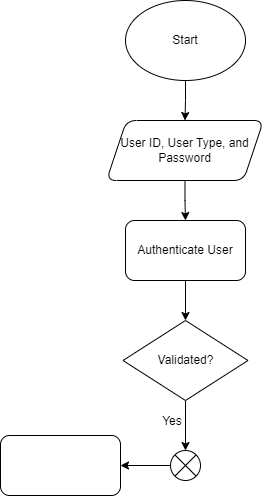
This is Heirarchy of Project Modules/LabSystem_Flowchart.drawio.png from kaisunoo/Acads, a draw.io export, as it was before one commit. Source tidied: cells renumbered, new cells last; positions are measured from the earlier drawing's top-left corner, leaving out a move shared by most shapes.
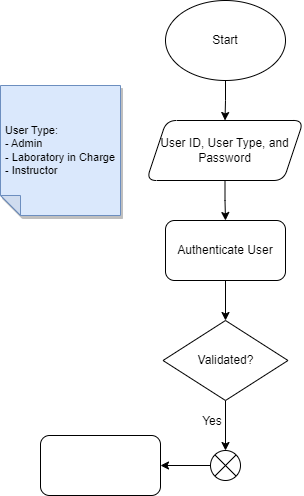
The same diagram one commit later.

Diff of the diagram source:
```diff
@@ -38,5 +38,8 @@
     <mxCell id="13" style="whiteSpace=wrap;html=1;rounded=1;" parent="1" vertex="1">
       <mxGeometry y="435" width="120" height="60" as="geometry" />
     </mxCell>
+    <mxCell id="14" value="&lt;div style=&quot;text-align: left; font-size: 11px;&quot;&gt;&lt;span style=&quot;background-color: initial;&quot;&gt;&lt;font style=&quot;font-size: 11px;&quot;&gt;User Type:&amp;nbsp;&lt;/font&gt;&lt;/span&gt;&lt;/div&gt;&lt;div style=&quot;text-align: left; font-size: 11px;&quot;&gt;&lt;span style=&quot;background-color: initial;&quot;&gt;&lt;font style=&quot;font-size: 11px;&quot;&gt;- Admin&lt;/font&gt;&lt;/span&gt;&lt;/div&gt;&lt;div style=&quot;text-align: left; font-size: 11px;&quot;&gt;&lt;span style=&quot;background-color: initial;&quot;&gt;&lt;font style=&quot;font-size: 11px;&quot;&gt;- Laboratory in Charge&lt;/font&gt;&lt;/span&gt;&lt;/div&gt;&lt;div style=&quot;text-align: left; font-size: 11px;&quot;&gt;&lt;span style=&quot;background-color: initial;&quot;&gt;&lt;font style=&quot;font-size: 11px;&quot;&gt;- Instructor&amp;nbsp;&lt;/font&gt;&lt;/span&gt;&lt;/div&gt;" style="shape=note;whiteSpace=wrap;html=1;backgroundOutline=1;darkOpacity=0.05;fillColor=#dae8fc;strokeColor=#6c8ebf;fillStyle=solid;direction=west;gradientDirection=north;shadow=1;size=20;" parent="1" vertex="1">
+      <mxGeometry x="-40" y="85" width="120" height="130" as="geometry" />
+    </mxCell>
   </root>
 </mxGraphModel>
```
